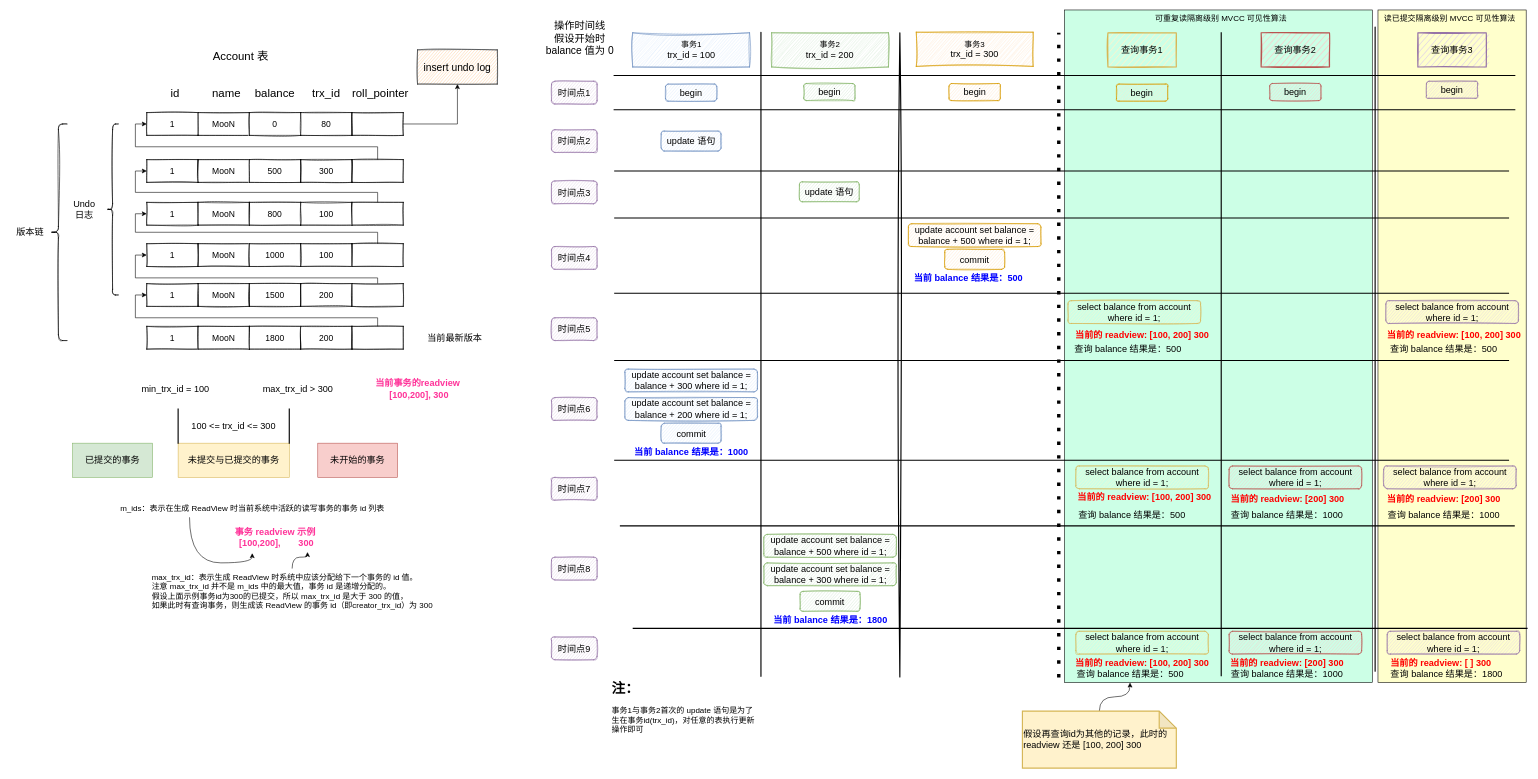
This is resources/attachments/MySQL/流程图-MVCC多版本并发控制.drawio from MooNkirA/code-learning-note, a draw.io file, before an edit. Source tidied: cells renumbered, new cells numbered last; positions are measured from the earlier drawing's top-left corner, leaving out a move shared by most shapes. Both pictures are drawn from the tidied source at 57%, with x=0, y=0 at pixel (10, 10).
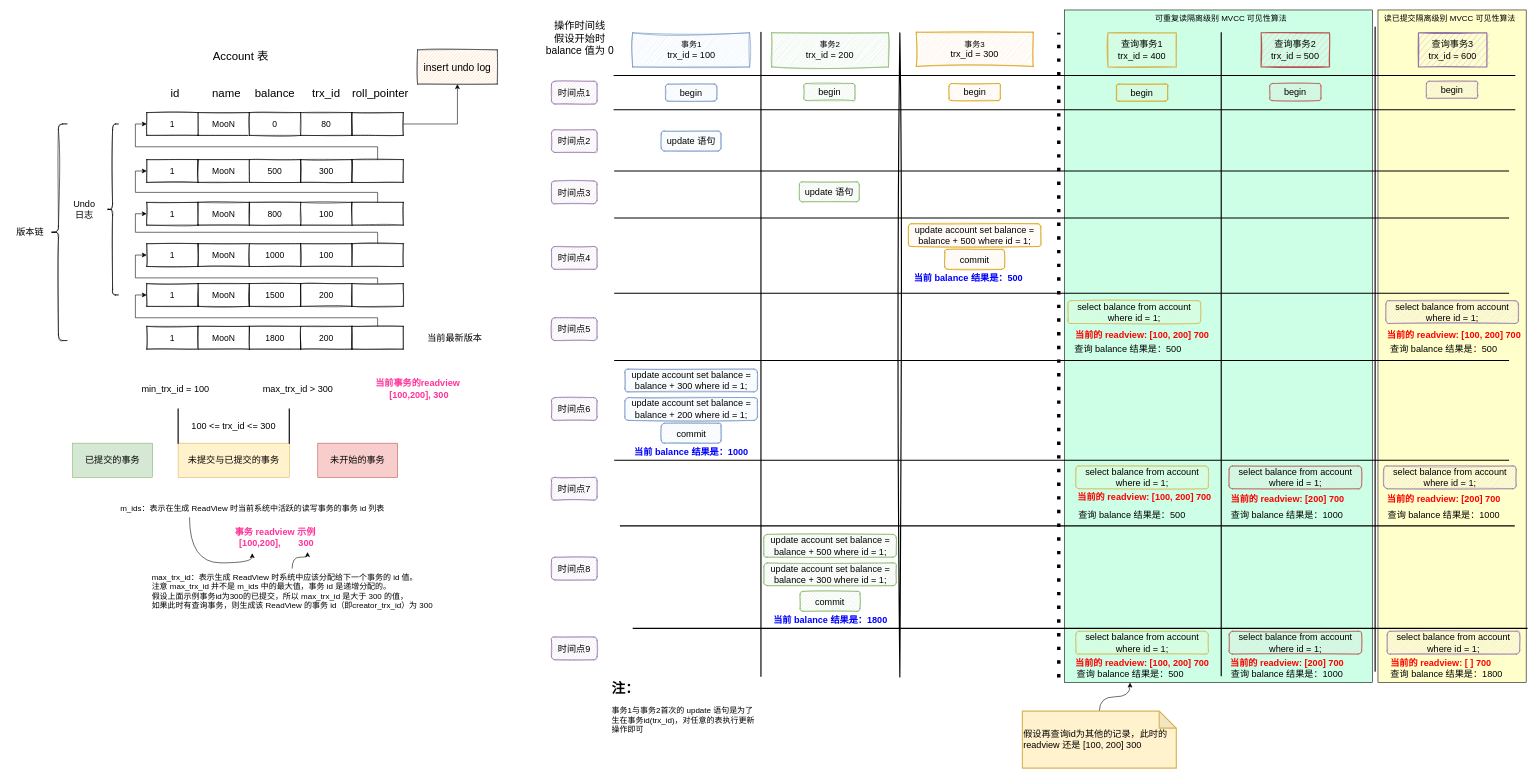
Above is the later version.

What changed in the source:
```diff
@@
-    <mxCell id="96" value="查询事务1" style="rounded=0;whiteSpace=wrap;html=1;sketch=1;strokeWidth=2;fontSize=16;fillColor=#fff2cc;strokeColor=#d6b656;" parent="1" vertex="1">
+    <mxCell id="96" value="查询事务1&lt;br&gt;trx_id = 400" style="rounded=0;whiteSpace=wrap;html=1;sketch=1;strokeWidth=2;fontSize=16;fillColor=#fff2cc;strokeColor=#d6b656;" parent="1" vertex="1">
       <mxGeometry x="1926.2" y="40" width="120" height="60" as="geometry" />
     </mxCell>
-    <mxCell id="97" value="查询事务2" style="rounded=0;whiteSpace=wrap;html=1;sketch=1;strokeWidth=2;fontSize=16;fillColor=#f8cecc;strokeColor=#b85450;" parent="1" vertex="1">
+    <mxCell id="97" value="查询事务2&lt;br&gt;trx_id = 500" style="rounded=0;whiteSpace=wrap;html=1;sketch=1;strokeWidth=2;fontSize=16;fillColor=#f8cecc;strokeColor=#b85450;" parent="1" vertex="1">
       <mxGeometry x="2195" y="40" width="120" height="60" as="geometry" />
     </mxCell>
-    <mxCell id="98" value="查询事务3" style="rounded=0;whiteSpace=wrap;html=1;sketch=1;strokeWidth=2;fontSize=16;fillColor=#e1d5e7;strokeColor=#9673a6;" parent="1" vertex="1">
-      <mxGeometry x="2470" y="40" width="120" height="60" as="geometry" />
+    <mxCell id="98" value="查询事务3&lt;br&gt;trx_id = 600" style="rounded=0;whiteSpace=wrap;html=1;sketch=1;strokeWidth=2;fontSize=16;fillColor=#e1d5e7;strokeColor=#9673a6;" parent="1" vertex="1">
+      <mxGeometry x="2471" y="40" width="120" height="60" as="geometry" />
     </mxCell>
@@
-    <mxCell id="111" value="&lt;b&gt;&lt;font color=&quot;#ff0000&quot;&gt;当前的 readview: [100, 200] 300&lt;/font&gt;&lt;/b&gt;" style="text;html=1;align=center;verticalAlign=middle;strokeColor=none;fillColor=none;fontSize=16;" parent="1" vertex="1">
+    <mxCell id="111" value="&lt;b&gt;&lt;font color=&quot;#ff0000&quot;&gt;当前的 readview: [100, 200] 700&lt;/font&gt;&lt;/b&gt;" style="text;html=1;align=center;verticalAlign=middle;strokeColor=none;fillColor=none;fontSize=16;" parent="1" vertex="1">
       <mxGeometry x="1856.2" y="555" width="260" height="30" as="geometry" />
     </mxCell>
@@
-    <mxCell id="115" value="&lt;b&gt;&lt;font color=&quot;#ff0000&quot;&gt;当前的 readview: [100, 200] 300&lt;/font&gt;&lt;/b&gt;" style="text;html=1;align=center;verticalAlign=middle;strokeColor=none;fillColor=none;fontSize=16;" parent="1" vertex="1">
+    <mxCell id="115" value="&lt;b&gt;&lt;font color=&quot;#ff0000&quot;&gt;当前的 readview: [100, 200] 700&lt;/font&gt;&lt;/b&gt;" style="text;html=1;align=center;verticalAlign=middle;strokeColor=none;fillColor=none;fontSize=16;" parent="1" vertex="1">
       <mxGeometry x="1860" y="840" width="260" height="30" as="geometry" />
     </mxCell>
@@
-    <mxCell id="120" value="&lt;b&gt;&lt;font color=&quot;#ff0000&quot;&gt;当前的 readview: [200] 300&lt;/font&gt;&lt;/b&gt;" style="text;html=1;align=center;verticalAlign=middle;strokeColor=none;fillColor=none;fontSize=16;" parent="1" vertex="1">
+    <mxCell id="120" value="&lt;b&gt;&lt;font color=&quot;#ff0000&quot;&gt;当前的 readview: [200] 700&lt;/font&gt;&lt;/b&gt;" style="text;html=1;align=center;verticalAlign=middle;strokeColor=none;fillColor=none;fontSize=16;" parent="1" vertex="1">
       <mxGeometry x="2131" y="843" width="220" height="30" as="geometry" />
     </mxCell>
@@
-    <mxCell id="123" value="&lt;b&gt;&lt;font color=&quot;#ff0000&quot;&gt;当前的 readview: [100, 200] 300&lt;/font&gt;&lt;/b&gt;" style="text;html=1;align=center;verticalAlign=middle;strokeColor=none;fillColor=none;fontSize=16;" parent="1" vertex="1">
+    <mxCell id="123" value="&lt;b&gt;&lt;font color=&quot;#ff0000&quot;&gt;当前的 readview: [100, 200] 700&lt;/font&gt;&lt;/b&gt;" style="text;html=1;align=center;verticalAlign=middle;strokeColor=none;fillColor=none;fontSize=16;" parent="1" vertex="1">
       <mxGeometry x="1856.2" y="1130" width="260" height="30" as="geometry" />
     </mxCell>
@@
-    <mxCell id="126" value="&lt;b&gt;&lt;font color=&quot;#ff0000&quot;&gt;当前的 readview: [200] 300&lt;/font&gt;&lt;/b&gt;" style="text;html=1;align=center;verticalAlign=middle;strokeColor=none;fillColor=none;fontSize=16;" parent="1" vertex="1">
+    <mxCell id="126" value="&lt;b&gt;&lt;font color=&quot;#ff0000&quot;&gt;当前的 readview: [200] 700&lt;/font&gt;&lt;/b&gt;" style="text;html=1;align=center;verticalAlign=middle;strokeColor=none;fillColor=none;fontSize=16;" parent="1" vertex="1">
       <mxGeometry x="2130" y="1130" width="220" height="30" as="geometry" />
     </mxCell>
@@
-    <mxCell id="132" value="&lt;b&gt;&lt;font color=&quot;#ff0000&quot;&gt;当前的 readview: [100, 200] 300&lt;/font&gt;&lt;/b&gt;" style="text;html=1;align=center;verticalAlign=middle;strokeColor=none;fillColor=none;fontSize=16;" parent="1" vertex="1">
+    <mxCell id="132" value="&lt;b&gt;&lt;font color=&quot;#ff0000&quot;&gt;当前的 readview: [100, 200] 700&lt;/font&gt;&lt;/b&gt;" style="text;html=1;align=center;verticalAlign=middle;strokeColor=none;fillColor=none;fontSize=16;" parent="1" vertex="1">
       <mxGeometry x="2402.5" y="555" width="260" height="30" as="geometry" />
     </mxCell>
@@
-    <mxCell id="135" value="&lt;b&gt;&lt;font color=&quot;#ff0000&quot;&gt;当前的 readview: [200] 300&lt;/font&gt;&lt;/b&gt;" style="text;html=1;align=center;verticalAlign=middle;strokeColor=none;fillColor=none;fontSize=16;" parent="1" vertex="1">
+    <mxCell id="135" value="&lt;b&gt;&lt;font color=&quot;#ff0000&quot;&gt;当前的 readview: [200] 700&lt;/font&gt;&lt;/b&gt;" style="text;html=1;align=center;verticalAlign=middle;strokeColor=none;fillColor=none;fontSize=16;" parent="1" vertex="1">
       <mxGeometry x="2405" y="843" width="220" height="30" as="geometry" />
     </mxCell>
@@
-    <mxCell id="138" value="&lt;b&gt;&lt;font color=&quot;#ff0000&quot;&gt;当前的 readview: [ ] 300&lt;/font&gt;&lt;/b&gt;" style="text;html=1;align=center;verticalAlign=middle;strokeColor=none;fillColor=none;fontSize=16;" parent="1" vertex="1">
+    <mxCell id="138" value="&lt;b&gt;&lt;font color=&quot;#ff0000&quot;&gt;当前的 readview: [ ] 700&lt;/font&gt;&lt;/b&gt;" style="text;html=1;align=center;verticalAlign=middle;strokeColor=none;fillColor=none;fontSize=16;" parent="1" vertex="1">
       <mxGeometry x="2410" y="1130" width="200" height="30" as="geometry" />
     </mxCell>
```
